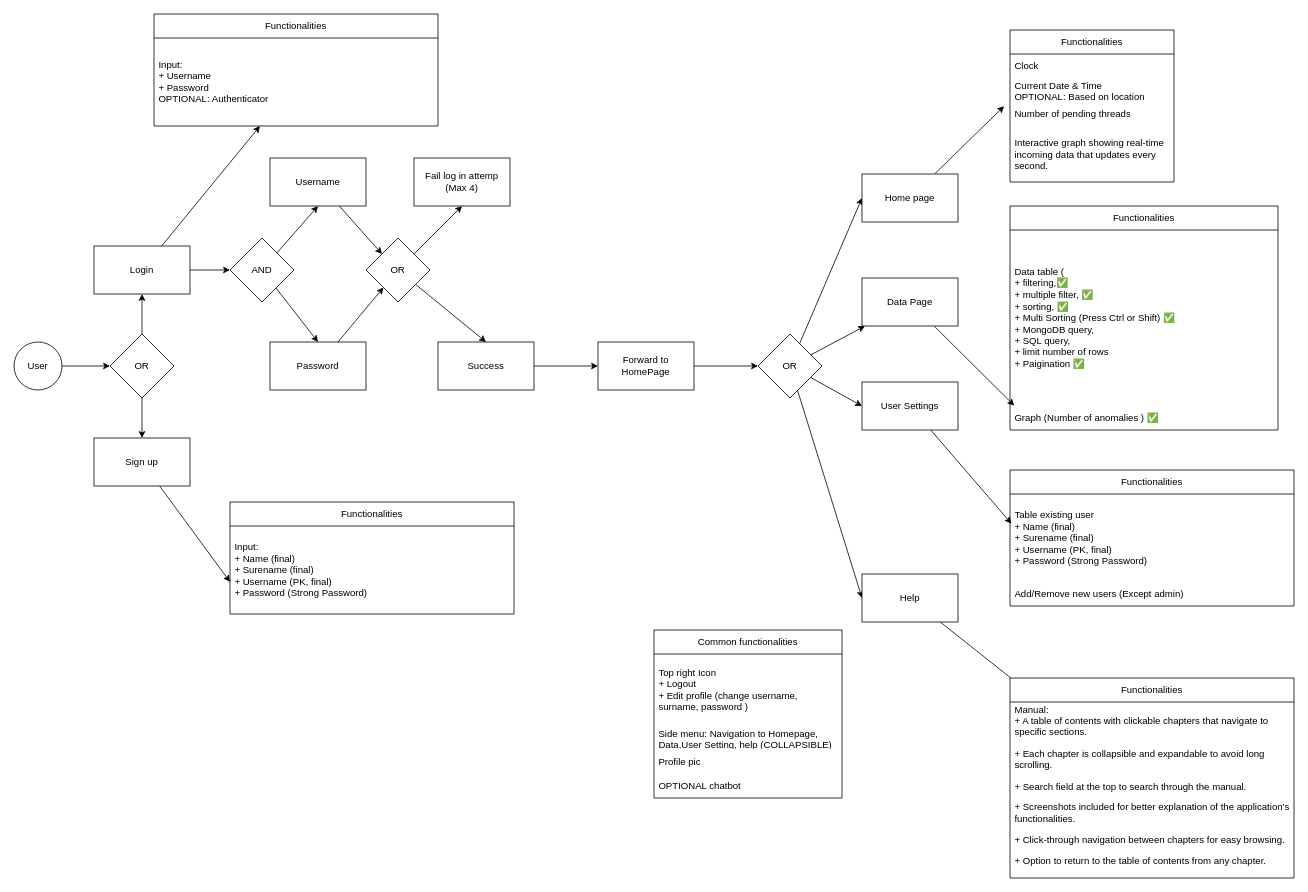
The draw.io diagram Web App/Minidet/SPA Minidet Webapp/diagram.dio in GabanBunny/Personal-Project, before the edit. Source tidied: cells renumbered, new cells numbered last; positions are measured from the earlier drawing's top-left corner, leaving out a move shared by most shapes. Both pictures are drawn from the tidied source at 80%, with x=0, y=0 at pixel (14, 14).
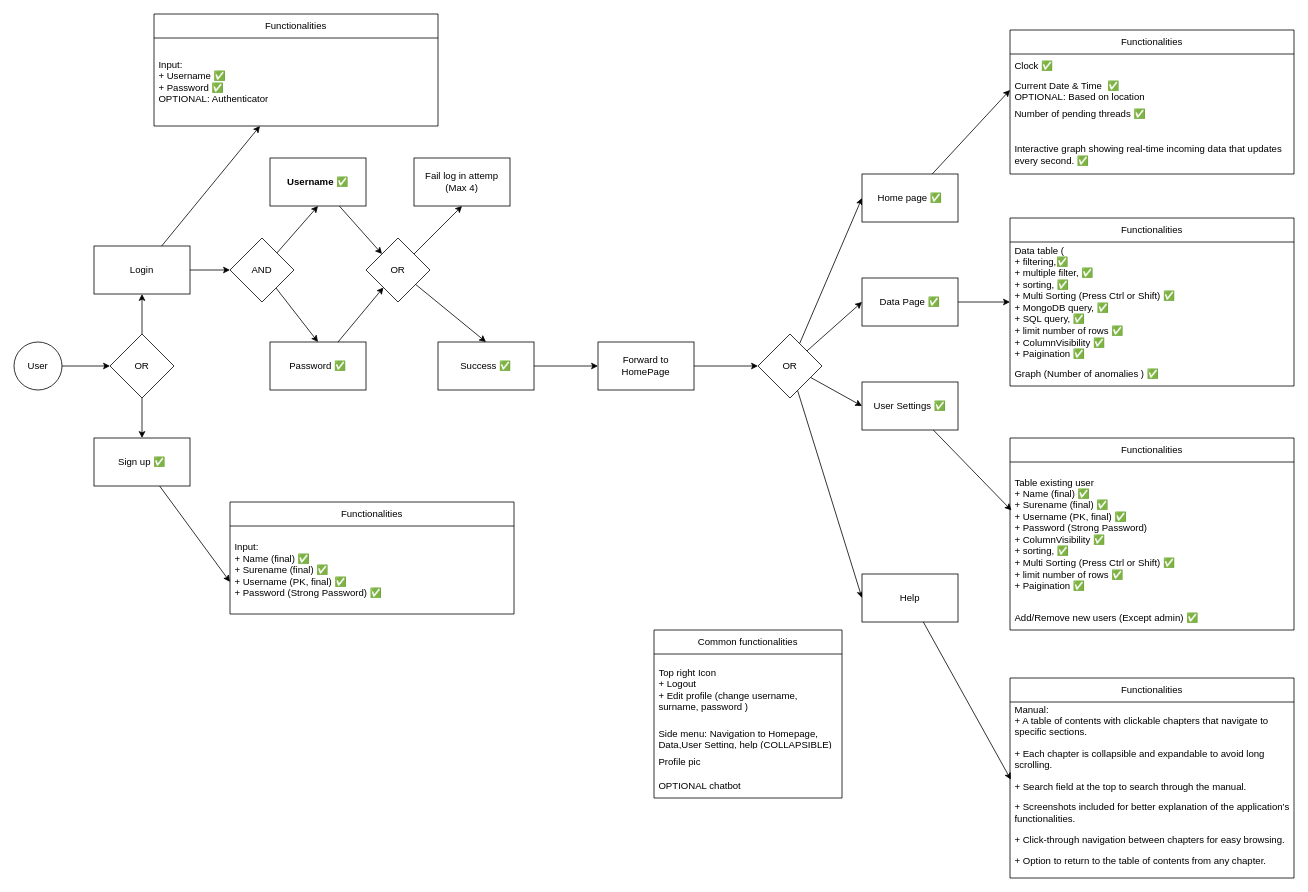
The same diagram, later.

The change refers to these unchanged cells:
```xml
<mxCell id="31" value="OR" style="rhombus;whiteSpace=wrap;html=1;" parent="1" vertex="1">
  <mxGeometry x="930" y="400" width="80" height="80" as="geometry" />
</mxCell>
<mxCell id="37" value="Help" style="whiteSpace=wrap;html=1;" parent="1" vertex="1">
  <mxGeometry x="1060" y="700" width="120" height="60" as="geometry" />
</mxCell>
<mxCell id="52" value="Manual:&amp;nbsp;&lt;br&gt;&lt;span style=&quot;background-color: initial;&quot;&gt;+ A table of contents with clickable chapters that navigate to specific sections.&lt;/span&gt;&lt;p&gt;+ Each chapter is collapsible and expandable to avoid long scrolling.&lt;/p&gt;&lt;p&gt;+ Search field at the top to search through the manual.&lt;/p&gt;&lt;p&gt;+ Screenshots included for better explanation of the application’s functionalities.&lt;/p&gt;&lt;p&gt;+ Click-through navigation between chapters for easy browsing.&lt;/p&gt;&lt;p&gt;+ Option to return to the table of contents from any chapter.&lt;/p&gt;" style="text;strokeColor=none;fillColor=none;align=left;verticalAlign=middle;spacingLeft=4;spacingRight=4;overflow=hidden;points=[[0,0.5],[1,0.5]];portConstraint=eastwest;whiteSpace=wrap;html=1;" parent="51" vertex="1">
  <mxGeometry y="30" width="355" height="220" as="geometry" />
</mxCell>
<mxCell id="53" value="Functionalities" style="swimlane;fontStyle=0;horizontal=1;startSize=30;whiteSpace=wrap;html=1;" parent="1" vertex="1">
  <mxGeometry x="270" y="610" width="355" height="140" as="geometry" />
</mxCell>
<mxCell id="55" value="Functionalities" style="swimlane;fontStyle=0;horizontal=1;startSize=30;whiteSpace=wrap;html=1;" parent="1" vertex="1">
  <mxGeometry x="175" width="355" height="140" as="geometry" />
</mxCell>
```

The edit, as a diff of the source:
```diff
@@
-    <mxCell id="11" value="Sign up" style="whiteSpace=wrap;html=1;" parent="1" vertex="1">
+    <mxCell id="11" value="Sign up&amp;nbsp;&lt;span style=&quot;text-align: left;&quot;&gt;✅&lt;/span&gt;" style="whiteSpace=wrap;html=1;" parent="1" vertex="1">
       <mxGeometry x="100" y="530" width="120" height="60" as="geometry" />
     </mxCell>
@@
-    <mxCell id="16" value="Username" style="whiteSpace=wrap;html=1;" parent="1" vertex="1">
+    <mxCell id="16" value="Username&amp;nbsp;&lt;span style=&quot;text-align: left;&quot;&gt;✅&lt;/span&gt;" style="whiteSpace=wrap;html=1;fontStyle=1;" parent="1" vertex="1">
       <mxGeometry x="320" y="180" width="120" height="60" as="geometry" />
     </mxCell>
@@
-    <mxCell id="18" value="Password" style="whiteSpace=wrap;html=1;" parent="1" vertex="1">
+    <mxCell id="18" value="Password&amp;nbsp;&lt;span style=&quot;text-align: left;&quot;&gt;✅&lt;/span&gt;" style="whiteSpace=wrap;html=1;" parent="1" vertex="1">
       <mxGeometry x="320" y="410" width="120" height="60" as="geometry" />
     </mxCell>
@@
-    <mxCell id="24" value="Success" style="whiteSpace=wrap;html=1;" parent="1" vertex="1">
+    <mxCell id="24" value="Success&amp;nbsp;&lt;span style=&quot;text-align: left;&quot;&gt;✅&lt;/span&gt;" style="whiteSpace=wrap;html=1;" parent="1" vertex="1">
       <mxGeometry x="530" y="410" width="120" height="60" as="geometry" />
     </mxCell>
@@
-    <mxCell id="28" style="edgeStyle=none;html=1;" parent="1" edge="1" source="31" target="33">
+    <mxCell id="28" style="edgeStyle=none;html=1;entryX=0;entryY=0.5;entryDx=0;entryDy=0;" parent="1" edge="1" source="31" target="33">
       <mxGeometry relative="1" as="geometry" />
     </mxCell>
@@
-    <mxCell id="32" style="edgeStyle=none;html=1;entryX=0.016;entryY=-0.013;entryDx=0;entryDy=0;entryPerimeter=0;" parent="1" edge="1" source="33" target="47">
-      <mxGeometry relative="1" as="geometry" />
-    </mxCell>
+    <mxCell id="62" style="edgeStyle=none;html=1;entryX=0;entryY=0.5;entryDx=0;entryDy=0;" parent="1" edge="1" source="33" target="46">
+      <mxGeometry relative="1" as="geometry" />
+    </mxCell>
-    <mxCell id="33" value="Data Page" style="whiteSpace=wrap;html=1;" parent="1" vertex="1">
+    <mxCell id="33" value="Data Page&amp;nbsp;&lt;span style=&quot;text-align: left;&quot;&gt;✅&lt;/span&gt;" style="whiteSpace=wrap;html=1;" parent="1" vertex="1">
       <mxGeometry x="1060" y="330" width="120" height="60" as="geometry" />
     </mxCell>
@@
-    <mxCell id="35" value="User Settings" style="whiteSpace=wrap;html=1;" parent="1" vertex="1">
+    <mxCell id="35" value="User Settings&amp;nbsp;&lt;span style=&quot;text-align: left;&quot;&gt;✅&lt;/span&gt;" style="whiteSpace=wrap;html=1;" parent="1" vertex="1">
       <mxGeometry x="1060" y="460" width="120" height="60" as="geometry" />
     </mxCell>
-    <mxCell id="36" style="edgeStyle=none;html=1;" parent="1" edge="1" source="37" target="52">
+    <mxCell id="36" style="edgeStyle=none;html=1;entryX=0.003;entryY=0.441;entryDx=0;entryDy=0;entryPerimeter=0;" parent="1" edge="1" source="37" target="52">
       <mxGeometry relative="1" as="geometry" />
     </mxCell>
@@
-    <mxCell id="38" style="edgeStyle=none;html=1;entryX=-0.036;entryY=0.174;entryDx=0;entryDy=0;entryPerimeter=0;" parent="1" edge="1" source="39" target="43">
-      <mxGeometry relative="1" as="geometry" />
-    </mxCell>
+    <mxCell id="63" style="edgeStyle=none;html=1;entryX=0;entryY=0.5;entryDx=0;entryDy=0;" parent="1" edge="1" source="39" target="42">
+      <mxGeometry relative="1" as="geometry" />
+    </mxCell>
-    <mxCell id="39" value="Home page" style="whiteSpace=wrap;html=1;" parent="1" vertex="1">
+    <mxCell id="39" value="Home page&amp;nbsp;&lt;span style=&quot;text-align: left;&quot;&gt;✅&lt;/span&gt;" style="whiteSpace=wrap;html=1;" parent="1" vertex="1">
       <mxGeometry x="1060" y="200" width="120" height="60" as="geometry" />
     </mxCell>
     <mxCell id="40" value="Functionalities" style="swimlane;fontStyle=0;horizontal=1;startSize=30;whiteSpace=wrap;html=1;" parent="1" vertex="1">
-      <mxGeometry x="1245" y="20" width="205" height="190" as="geometry" />
+      <mxGeometry x="1245" y="20" width="355" height="180" as="geometry" />
     </mxCell>
-    <mxCell id="41" value="Clock" style="text;strokeColor=none;fillColor=none;align=left;verticalAlign=middle;spacingLeft=4;spacingRight=4;overflow=hidden;whiteSpace=wrap;html=1;" parent="40" vertex="1">
-      <mxGeometry y="30" width="205" height="30" as="geometry" />
+    <mxCell id="41" value="Clock ✅" style="text;strokeColor=none;fillColor=none;align=left;verticalAlign=middle;spacingLeft=4;spacingRight=4;overflow=hidden;whiteSpace=wrap;html=1;" parent="40" vertex="1">
+      <mxGeometry y="30" width="355" height="30" as="geometry" />
     </mxCell>
-    <mxCell id="42" value="Current Date &amp;amp; Time&amp;nbsp;&lt;br&gt;OPTIONAL: Based on location" style="text;strokeColor=none;fillColor=none;align=left;verticalAlign=middle;spacingLeft=4;spacingRight=4;overflow=hidden;points=[[0,0.5],[1,0.5]];portConstraint=eastwest;whiteSpace=wrap;html=1;" parent="40" vertex="1">
-      <mxGeometry y="60" width="205" height="30" as="geometry" />
+    <mxCell id="42" value="Current Date &amp;amp; Time&amp;nbsp; ✅&lt;br&gt;OPTIONAL: Based on location" style="text;strokeColor=none;fillColor=none;align=left;verticalAlign=middle;spacingLeft=4;spacingRight=4;overflow=hidden;points=[[0,0.5],[1,0.5]];portConstraint=eastwest;whiteSpace=wrap;html=1;" parent="40" vertex="1">
+      <mxGeometry y="60" width="355" height="30" as="geometry" />
     </mxCell>
-    <mxCell id="43" value="Number of pending threads" style="text;strokeColor=none;fillColor=none;align=left;verticalAlign=middle;spacingLeft=4;spacingRight=4;overflow=hidden;points=[[0,0.5],[1,0.5]];portConstraint=eastwest;whiteSpace=wrap;html=1;" parent="40" vertex="1">
-      <mxGeometry y="90" width="205" height="30" as="geometry" />
+    <mxCell id="43" value="Number of pending threads ✅" style="text;strokeColor=none;fillColor=none;align=left;verticalAlign=middle;spacingLeft=4;spacingRight=4;overflow=hidden;points=[[0,0.5],[1,0.5]];portConstraint=eastwest;whiteSpace=wrap;html=1;" parent="40" vertex="1">
+      <mxGeometry y="90" width="355" height="30" as="geometry" />
     </mxCell>
-    <mxCell id="44" value="&lt;p&gt;Interactive graph showing real-time incoming data that updates every second.&lt;/p&gt;" style="text;strokeColor=none;fillColor=none;align=left;verticalAlign=middle;spacingLeft=4;spacingRight=4;overflow=hidden;whiteSpace=wrap;html=1;" parent="40" vertex="1">
-      <mxGeometry y="120" width="205" height="70" as="geometry" />
+    <mxCell id="44" value="&lt;p&gt;&lt;/p&gt;&lt;span style=&quot;background-color: initial;&quot;&gt;Interactive graph showing real-time incoming data that updates every second.&amp;nbsp;&lt;/span&gt;✅&amp;nbsp;" style="text;strokeColor=none;fillColor=none;align=left;verticalAlign=middle;spacingLeft=4;spacingRight=4;overflow=hidden;whiteSpace=wrap;html=1;" parent="40" vertex="1">
+      <mxGeometry y="120" width="355" height="60" as="geometry" />
     </mxCell>
     <mxCell id="45" value="Functionalities" style="swimlane;fontStyle=0;horizontal=1;startSize=30;whiteSpace=wrap;html=1;" parent="1" vertex="1">
-      <mxGeometry x="1245" y="240" width="335" height="280" as="geometry" />
+      <mxGeometry x="1245" y="255" width="355" height="210" as="geometry" />
     </mxCell>
-    <mxCell id="46" value="Data table (&lt;br&gt;&lt;span style=&quot;&quot;&gt;&#9;&lt;/span&gt;+ filtering,✅&lt;br&gt;+ multiple filter, ✅&lt;br&gt;&lt;span style=&quot;&quot;&gt;&#9;&lt;/span&gt;+&amp;nbsp;sorting,&amp;nbsp;✅&lt;br&gt;+ Multi Sorting (Press Ctrl or Shift)&amp;nbsp;✅&lt;br&gt;+ MongoDB query, &lt;br&gt;&lt;span style=&quot;&quot;&gt;&#9;&lt;/span&gt;+ SQL query, &lt;br&gt;&lt;span style=&quot;&quot;&gt;&#9;&lt;/span&gt;+ limit number of rows&lt;br&gt;+ Paigination ✅" style="text;strokeColor=none;fillColor=none;align=left;verticalAlign=middle;spacingLeft=4;spacingRight=4;overflow=hidden;points=[[0,0.5],[1,0.5]];portConstraint=eastwest;whiteSpace=wrap;html=1;" parent="45" vertex="1">
-      <mxGeometry y="30" width="335" height="220" as="geometry" />
+    <mxCell id="46" value="Data table (&lt;br&gt;&lt;span style=&quot;&quot;&gt;&#9;&lt;/span&gt;+ filtering,✅&lt;br&gt;+ multiple filter, ✅&lt;br&gt;&lt;span style=&quot;&quot;&gt;&#9;&lt;/span&gt;+&amp;nbsp;sorting,&amp;nbsp;✅&lt;br&gt;+ Multi Sorting (Press Ctrl or Shift)&amp;nbsp;✅&lt;br&gt;+ MongoDB query, ✅&lt;br&gt;&lt;span style=&quot;&quot;&gt;&#9;&lt;/span&gt;+ SQL query, ✅&lt;br&gt;&lt;span style=&quot;&quot;&gt;&#9;&lt;/span&gt;+ limit number of rows ✅&lt;br&gt;+ ColumnVisibility ✅&lt;br&gt;+ Paigination ✅" style="text;strokeColor=none;fillColor=none;align=left;verticalAlign=middle;spacingLeft=4;spacingRight=4;overflow=hidden;points=[[0,0.5],[1,0.5]];portConstraint=eastwest;whiteSpace=wrap;html=1;" parent="45" vertex="1">
+      <mxGeometry y="30" width="355" height="150" as="geometry" />
     </mxCell>
     <mxCell id="47" value="Graph (Number of anomalies )&amp;nbsp;✅" style="text;strokeColor=none;fillColor=none;align=left;verticalAlign=middle;spacingLeft=4;spacingRight=4;overflow=hidden;points=[[0,0.5],[1,0.5]];portConstraint=eastwest;whiteSpace=wrap;html=1;" parent="45" vertex="1">
-      <mxGeometry y="250" width="335" height="30" as="geometry" />
+      <mxGeometry y="180" width="355" height="30" as="geometry" />
     </mxCell>
     <mxCell id="48" value="Functionalities" style="swimlane;fontStyle=0;horizontal=1;startSize=30;whiteSpace=wrap;html=1;" parent="1" vertex="1">
-      <mxGeometry x="1245" y="570" width="355" height="170" as="geometry" />
+      <mxGeometry x="1245" y="530" width="355" height="240" as="geometry" />
     </mxCell>
-    <mxCell id="49" value="Table existing user &lt;br&gt;+ Name (final)&lt;br&gt;+ Surename (final)&lt;br&gt;+ Username (PK, final)&lt;br&gt;+ Password (Strong Password)" style="text;strokeColor=none;fillColor=none;align=left;verticalAlign=middle;spacingLeft=4;spacingRight=4;overflow=hidden;points=[[0,0.5],[1,0.5]];portConstraint=eastwest;whiteSpace=wrap;html=1;" parent="48" vertex="1">
-      <mxGeometry y="30" width="355" height="110" as="geometry" />
+    <mxCell id="49" value="Table existing user &lt;br&gt;+ Name (final) ✅&lt;br&gt;+ Surename (final) ✅&lt;br&gt;+ Username (PK, final) ✅&lt;br&gt;+ Password (Strong Password)&lt;br&gt;+ ColumnVisibility ✅&lt;br&gt;+&amp;nbsp;sorting,&amp;nbsp;✅&lt;br&gt;+ Multi Sorting (Press Ctrl or Shift)&amp;nbsp;✅&lt;br&gt;+ limit number of rows ✅&lt;br&gt;+ Paigination ✅" style="text;strokeColor=none;fillColor=none;align=left;verticalAlign=middle;spacingLeft=4;spacingRight=4;overflow=hidden;points=[[0,0.5],[1,0.5]];portConstraint=eastwest;whiteSpace=wrap;html=1;" parent="48" vertex="1">
+      <mxGeometry y="30" width="355" height="180" as="geometry" />
     </mxCell>
-    <mxCell id="50" value="Add/Remove new users (Except admin)" style="text;strokeColor=none;fillColor=none;align=left;verticalAlign=middle;spacingLeft=4;spacingRight=4;overflow=hidden;whiteSpace=wrap;html=1;" parent="48" vertex="1">
-      <mxGeometry y="140" width="355" height="30" as="geometry" />
+    <mxCell id="50" value="Add/Remove new users (Except admin) ✅" style="text;strokeColor=none;fillColor=none;align=left;verticalAlign=middle;spacingLeft=4;spacingRight=4;overflow=hidden;whiteSpace=wrap;html=1;" parent="48" vertex="1">
+      <mxGeometry y="210" width="355" height="30" as="geometry" />
     </mxCell>
@@
-    <mxCell id="54" value="Input:&lt;br&gt;+ Name (final)&lt;br&gt;+ Surename (final)&lt;br&gt;+ Username (PK, final)&lt;br&gt;+ Password (Strong Password)" style="text;strokeColor=none;fillColor=none;align=left;verticalAlign=middle;spacingLeft=4;spacingRight=4;overflow=hidden;points=[[0,0.5],[1,0.5]];portConstraint=eastwest;whiteSpace=wrap;html=1;" parent="53" vertex="1">
+    <mxCell id="54" value="Input:&lt;br&gt;+ Name (final) ✅&lt;br&gt;+ Surename (final) ✅&lt;br&gt;+ Username (PK, final) ✅&lt;br&gt;+ Password (Strong Password) ✅" style="text;strokeColor=none;fillColor=none;align=left;verticalAlign=middle;spacingLeft=4;spacingRight=4;overflow=hidden;points=[[0,0.5],[1,0.5]];portConstraint=eastwest;whiteSpace=wrap;html=1;" parent="53" vertex="1">
       <mxGeometry y="30" width="355" height="110" as="geometry" />
     </mxCell>
@@
-    <mxCell id="56" value="Input:&lt;br&gt;+ Username&amp;nbsp;&lt;br&gt;+ Password&lt;br&gt;OPTIONAL: Authenticator" style="text;strokeColor=none;fillColor=none;align=left;verticalAlign=middle;spacingLeft=4;spacingRight=4;overflow=hidden;points=[[0,0.5],[1,0.5]];portConstraint=eastwest;whiteSpace=wrap;html=1;" parent="55" vertex="1">
+    <mxCell id="56" value="Input:&lt;br&gt;+ Username ✅&lt;br&gt;+ Password ✅&lt;br&gt;OPTIONAL: Authenticator" style="text;strokeColor=none;fillColor=none;align=left;verticalAlign=middle;spacingLeft=4;spacingRight=4;overflow=hidden;points=[[0,0.5],[1,0.5]];portConstraint=eastwest;whiteSpace=wrap;html=1;" parent="55" vertex="1">
       <mxGeometry y="30" width="355" height="110" as="geometry" />
     </mxCell>
```
